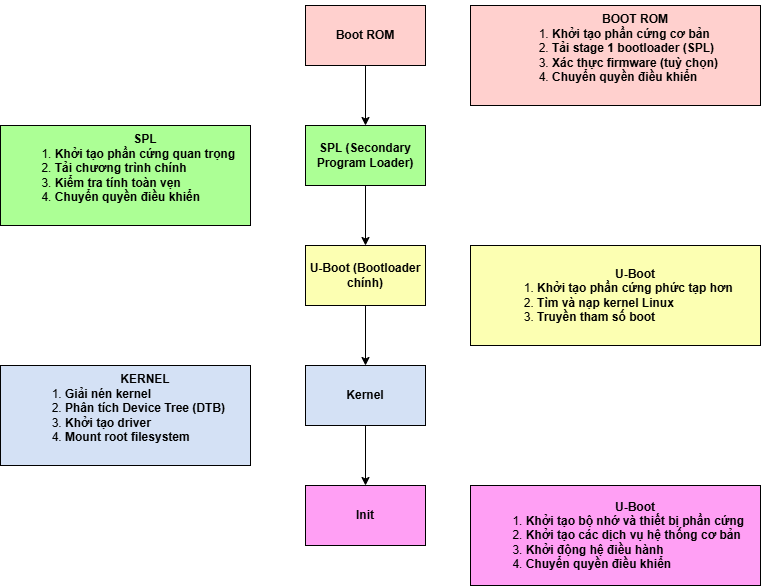
The draw.io diagram BootprocessVXL.drawio.png in ngxziet/qua20-10ne, before a commit. Source tidied: cells renumbered, new cells last; positions are measured from the earlier drawing's top-left corner, leaving out a move shared by most shapes.
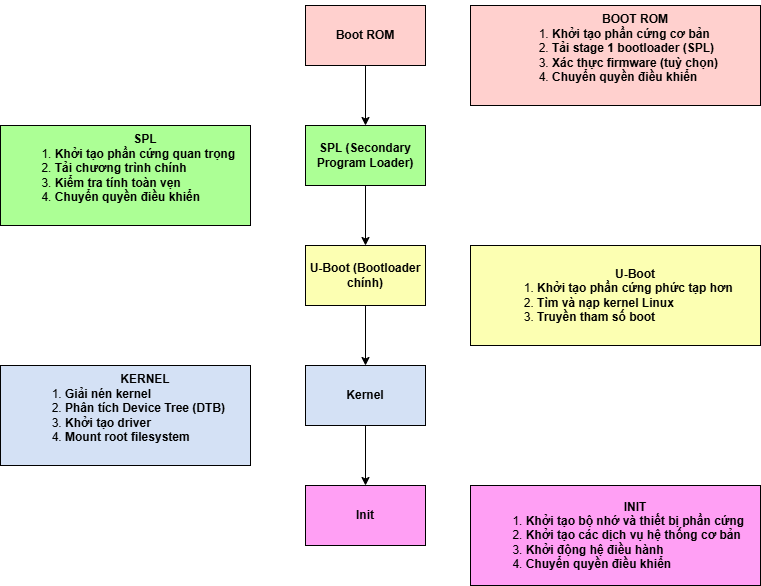
The same file after the commit.

Commit message:
Cập nhật BootprocessVXL.drawio.png

Diff of the diagram source:
```diff
@@ -41,7 +41,7 @@
     <mxCell id="14" value="&lt;ol&gt;&lt;b&gt;KERNEL&lt;br&gt;&lt;/b&gt;&lt;li style=&quot;text-align: justify;&quot;&gt;&lt;span class=&quot;notion-enable-hover&quot; style=&quot;font-weight:600&quot;&gt;Giải nén kernel&lt;/span&gt;&lt;/li&gt;&lt;li style=&quot;text-align: justify;&quot;&gt;&lt;span class=&quot;notion-enable-hover&quot; style=&quot;font-weight:600&quot;&gt;Phân tích Device Tree (DTB)&lt;/span&gt;&lt;/li&gt;&lt;li style=&quot;text-align: justify;&quot;&gt;&lt;span class=&quot;notion-enable-hover&quot; style=&quot;font-weight:600&quot;&gt;Khởi tạo driver&lt;/span&gt;&lt;/li&gt;&lt;li style=&quot;text-align: justify;&quot;&gt;&lt;span class=&quot;notion-enable-hover&quot; style=&quot;font-weight:600&quot;&gt;Mount root filesystem&lt;/span&gt;&lt;/li&gt;&lt;/ol&gt;&lt;div&gt;&lt;br&gt;&lt;/div&gt;" style="text;html=1;align=center;verticalAlign=middle;whiteSpace=wrap;rounded=0;fillColor=#D4E1F5;strokeColor=#000000;" parent="1" vertex="1">
       <mxGeometry y="360" width="250" height="100" as="geometry" />
     </mxCell>
-    <mxCell id="15" value="&lt;ol&gt;&lt;b&gt;&lt;span class=&quot;notion-enable-hover&quot;&gt;U-Boot&lt;/span&gt;&lt;br&gt;&lt;/b&gt;&lt;li style=&quot;text-align: justify;&quot;&gt;&lt;span class=&quot;notion-enable-hover&quot; style=&quot;font-weight:600&quot;&gt;Khởi tạo bộ nhớ và thiết bị phần cứng&lt;/span&gt;&lt;/li&gt;&lt;li style=&quot;text-align: justify;&quot;&gt;&lt;span class=&quot;notion-enable-hover&quot; style=&quot;font-weight:600&quot;&gt;Khởi tạo các dịch vụ hệ thống cơ bản&lt;/span&gt;&lt;/li&gt;&lt;li style=&quot;text-align: justify;&quot;&gt;&lt;span class=&quot;notion-enable-hover&quot; style=&quot;font-weight:600&quot;&gt;Khởi động hệ điều hành&lt;/span&gt;&lt;/li&gt;&lt;li style=&quot;text-align: justify;&quot;&gt;&lt;span class=&quot;notion-enable-hover&quot; style=&quot;font-weight:600&quot;&gt;&lt;span class=&quot;notion-enable-hover&quot;&gt;Chuyển quyền điều khiển&lt;/span&gt;&lt;/span&gt;&lt;/li&gt;&lt;/ol&gt;" style="text;html=1;align=center;verticalAlign=middle;whiteSpace=wrap;rounded=0;fillColor=#FF9FF4;strokeColor=#000000;" parent="1" vertex="1">
+    <mxCell id="15" value="&lt;ol&gt;&lt;b&gt;&lt;span class=&quot;notion-enable-hover&quot;&gt;INIT&lt;/span&gt;&lt;br&gt;&lt;/b&gt;&lt;li style=&quot;text-align: justify;&quot;&gt;&lt;span class=&quot;notion-enable-hover&quot; style=&quot;font-weight:600&quot;&gt;Khởi tạo bộ nhớ và thiết bị phần cứng&lt;/span&gt;&lt;/li&gt;&lt;li style=&quot;text-align: justify;&quot;&gt;&lt;span class=&quot;notion-enable-hover&quot; style=&quot;font-weight:600&quot;&gt;Khởi tạo các dịch vụ hệ thống cơ bản&lt;/span&gt;&lt;/li&gt;&lt;li style=&quot;text-align: justify;&quot;&gt;&lt;span class=&quot;notion-enable-hover&quot; style=&quot;font-weight:600&quot;&gt;Khởi động hệ điều hành&lt;/span&gt;&lt;/li&gt;&lt;li style=&quot;text-align: justify;&quot;&gt;&lt;span class=&quot;notion-enable-hover&quot; style=&quot;font-weight:600&quot;&gt;&lt;span class=&quot;notion-enable-hover&quot;&gt;Chuyển quyền điều khiển&lt;/span&gt;&lt;/span&gt;&lt;/li&gt;&lt;/ol&gt;" style="text;html=1;align=center;verticalAlign=middle;whiteSpace=wrap;rounded=0;fillColor=#FF9FF4;strokeColor=#000000;" parent="1" vertex="1">
       <mxGeometry x="470" y="480" width="290" height="100" as="geometry" />
     </mxCell>
   </root>
```
